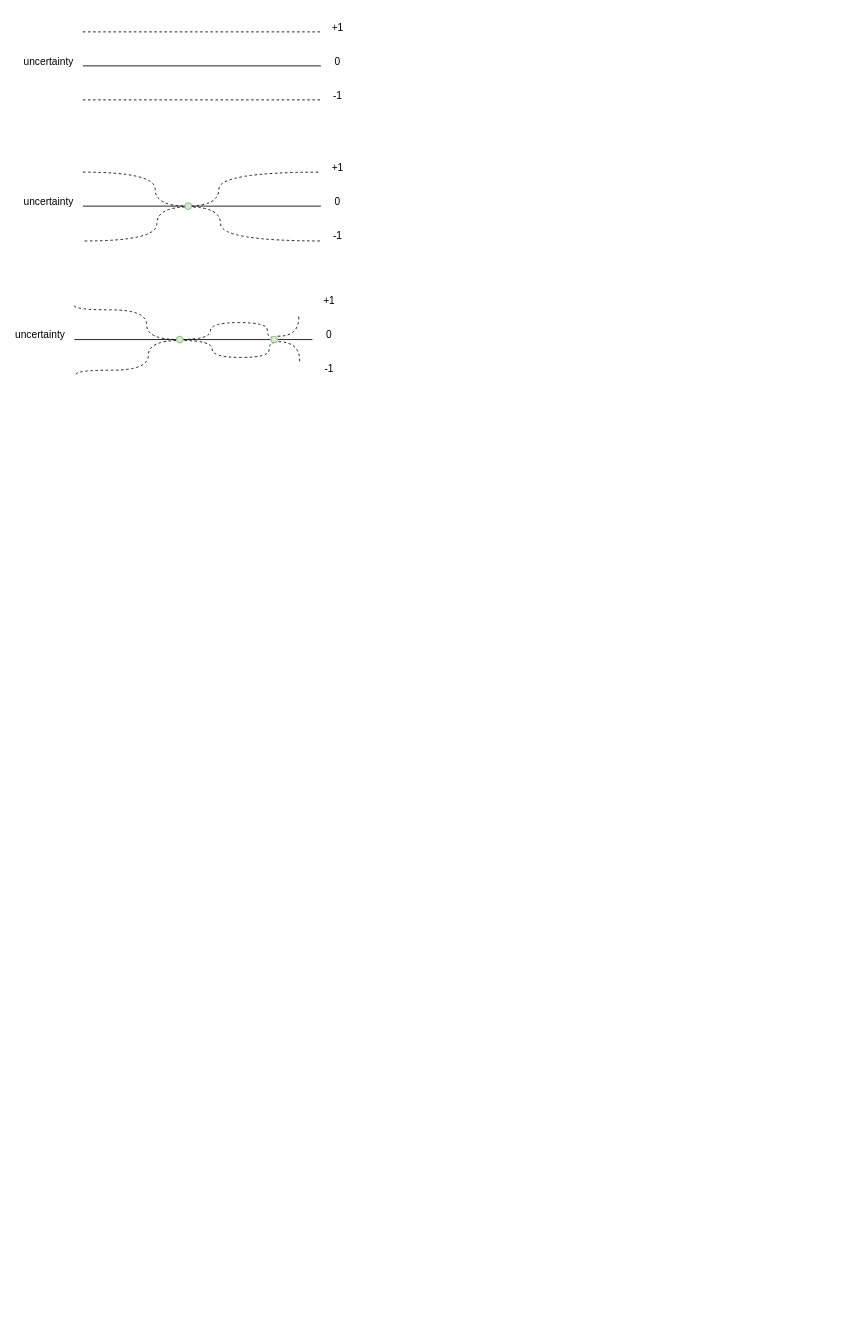
This is data_generate.drawio from nighood/Diagrams, a draw.io file, before an edit. Source tidied: cells renumbered, new cells numbered last; positions are measured from the earlier drawing's top-left corner, leaving out a move shared by most shapes. Both pictures are drawn from the tidied source at 85%, with x=0, y=0 at pixel (14, 14).
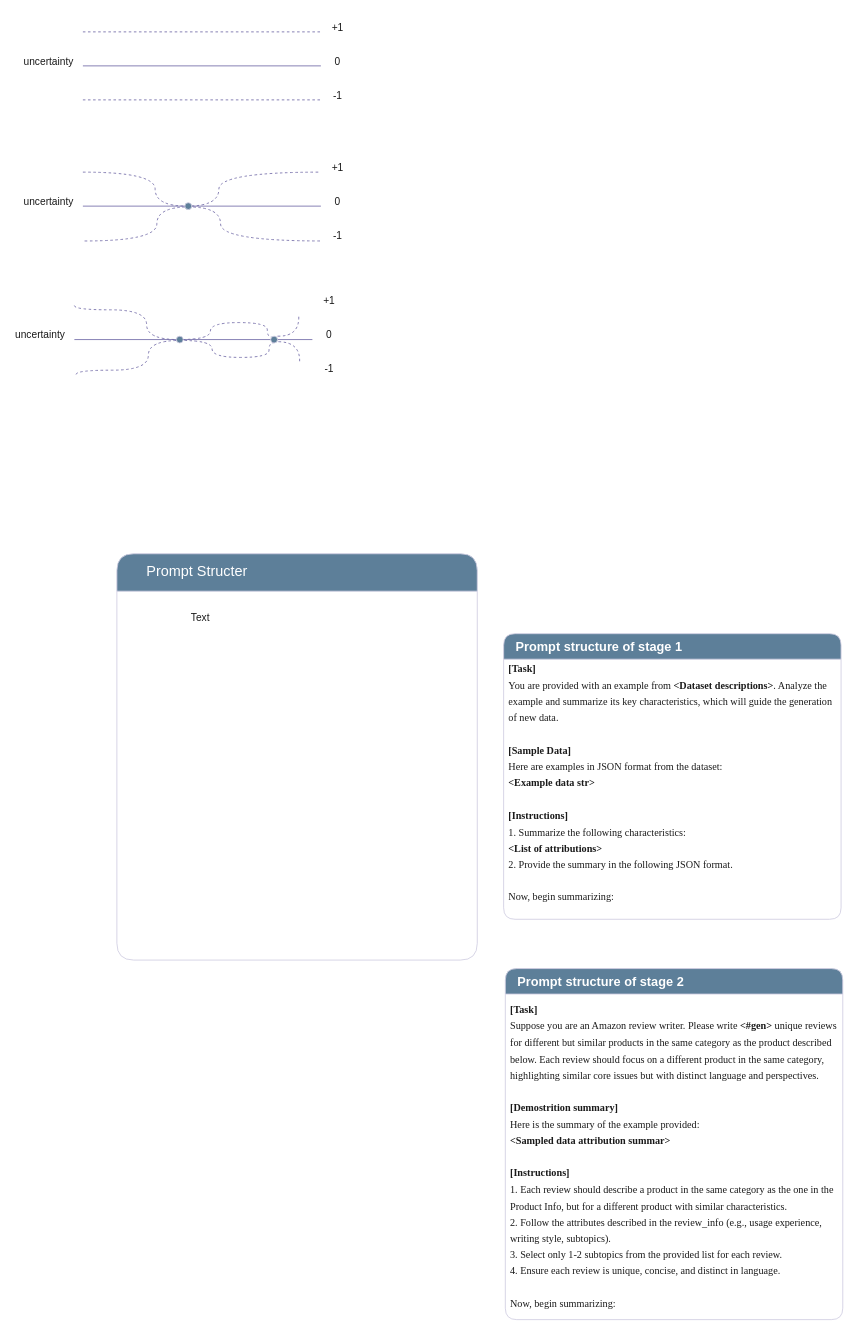
After the change.

Diff of the diagram source:
```diff
@@
-    <mxCell id="2" style="endArrow=none;html=1;rounded=0;" parent="1" edge="1">
+    <mxCell id="2" style="endArrow=none;html=1;rounded=0;labelBackgroundColor=none;strokeColor=#736CA8;fontColor=default;" parent="1" edge="1">
       <mxGeometry relative="1" as="geometry">
         <mxPoint x="80" y="60" as="sourcePoint" />
         <mxPoint x="360" y="60" as="targetPoint" />
       </mxGeometry>
     </mxCell>
-    <mxCell id="3" style="endArrow=none;dashed=1;html=1;rounded=0;" parent="1" edge="1">
+    <mxCell id="3" style="endArrow=none;dashed=1;html=1;rounded=0;labelBackgroundColor=none;strokeColor=#736CA8;fontColor=default;" parent="1" edge="1">
       <mxGeometry relative="1" as="geometry">
         <mxPoint x="80" y="20" as="sourcePoint" />
         <mxPoint x="360" y="20" as="targetPoint" />
       </mxGeometry>
     </mxCell>
-    <mxCell id="4" style="endArrow=none;dashed=1;html=1;rounded=0;" parent="1" edge="1">
+    <mxCell id="4" style="endArrow=none;dashed=1;html=1;rounded=0;labelBackgroundColor=none;strokeColor=#736CA8;fontColor=default;" parent="1" edge="1">
       <mxGeometry relative="1" as="geometry">
         <mxPoint x="80" y="100" as="sourcePoint" />
         <mxPoint x="360" y="100" as="targetPoint" />
       </mxGeometry>
     </mxCell>
-    <mxCell id="5" value="uncertainty" style="text;html=1;align=center;verticalAlign=middle;whiteSpace=wrap;rounded=0;" parent="1" vertex="1">
+    <mxCell id="5" value="uncertainty" style="text;html=1;align=center;verticalAlign=middle;whiteSpace=wrap;rounded=0;labelBackgroundColor=none;fontColor=#1A1A1A;" parent="1" vertex="1">
       <mxGeometry x="10" y="40" width="60" height="30" as="geometry" />
     </mxCell>
-    <mxCell id="6" value="0" style="text;html=1;align=center;verticalAlign=middle;whiteSpace=wrap;rounded=0;" parent="1" vertex="1">
+    <mxCell id="6" value="0" style="text;html=1;align=center;verticalAlign=middle;whiteSpace=wrap;rounded=0;labelBackgroundColor=none;fontColor=#1A1A1A;" parent="1" vertex="1">
       <mxGeometry x="350" y="40" width="60" height="30" as="geometry" />
     </mxCell>
-    <mxCell id="7" value="+1" style="text;html=1;align=center;verticalAlign=middle;whiteSpace=wrap;rounded=0;" parent="1" vertex="1">
+    <mxCell id="7" value="+1" style="text;html=1;align=center;verticalAlign=middle;whiteSpace=wrap;rounded=0;labelBackgroundColor=none;fontColor=#1A1A1A;" parent="1" vertex="1">
       <mxGeometry x="350" width="60" height="30" as="geometry" />
     </mxCell>
-    <mxCell id="8" value="-1" style="text;html=1;align=center;verticalAlign=middle;whiteSpace=wrap;rounded=0;" parent="1" vertex="1">
+    <mxCell id="8" value="-1" style="text;html=1;align=center;verticalAlign=middle;whiteSpace=wrap;rounded=0;labelBackgroundColor=none;fontColor=#1A1A1A;" parent="1" vertex="1">
       <mxGeometry x="350" y="80" width="60" height="30" as="geometry" />
     </mxCell>
-    <mxCell id="9" style="endArrow=none;html=1;rounded=0;" parent="1" edge="1">
+    <mxCell id="9" style="endArrow=none;html=1;rounded=0;labelBackgroundColor=none;strokeColor=#736CA8;fontColor=default;" parent="1" edge="1">
       <mxGeometry relative="1" as="geometry">
         <mxPoint x="80" y="225" as="sourcePoint" />
         <mxPoint x="360" y="225" as="targetPoint" />
       </mxGeometry>
     </mxCell>
-    <mxCell id="10" style="endArrow=none;dashed=1;html=1;rounded=0;edgeStyle=orthogonalEdgeStyle;curved=1;" parent="1" edge="1">
+    <mxCell id="10" style="endArrow=none;dashed=1;html=1;rounded=0;edgeStyle=orthogonalEdgeStyle;curved=1;labelBackgroundColor=none;strokeColor=#736CA8;fontColor=default;" parent="1" edge="1">
       <mxGeometry relative="1" as="geometry">
         <mxPoint x="80" y="185" as="sourcePoint" />
         <mxPoint x="360" y="185" as="targetPoint" />
         <Array as="points">
           <mxPoint x="165" y="185" />
           <mxPoint x="165" y="225" />
           <mxPoint x="240" y="225" />
           <mxPoint x="240" y="185" />
         </Array>
       </mxGeometry>
     </mxCell>
-    <mxCell id="11" value="uncertainty" style="text;html=1;align=center;verticalAlign=middle;whiteSpace=wrap;rounded=0;" parent="1" vertex="1">
+    <mxCell id="11" value="uncertainty" style="text;html=1;align=center;verticalAlign=middle;whiteSpace=wrap;rounded=0;labelBackgroundColor=none;fontColor=#1A1A1A;" parent="1" vertex="1">
       <mxGeometry x="10" y="205" width="60" height="30" as="geometry" />
     </mxCell>
-    <mxCell id="12" value="0" style="text;html=1;align=center;verticalAlign=middle;whiteSpace=wrap;rounded=0;" parent="1" vertex="1">
+    <mxCell id="12" value="0" style="text;html=1;align=center;verticalAlign=middle;whiteSpace=wrap;rounded=0;labelBackgroundColor=none;fontColor=#1A1A1A;" parent="1" vertex="1">
       <mxGeometry x="350" y="205" width="60" height="30" as="geometry" />
     </mxCell>
-    <mxCell id="13" value="+1" style="text;html=1;align=center;verticalAlign=middle;whiteSpace=wrap;rounded=0;" parent="1" vertex="1">
+    <mxCell id="13" value="+1" style="text;html=1;align=center;verticalAlign=middle;whiteSpace=wrap;rounded=0;labelBackgroundColor=none;fontColor=#1A1A1A;" parent="1" vertex="1">
       <mxGeometry x="350" y="165" width="60" height="30" as="geometry" />
     </mxCell>
-    <mxCell id="14" value="-1" style="text;html=1;align=center;verticalAlign=middle;whiteSpace=wrap;rounded=0;" parent="1" vertex="1">
+    <mxCell id="14" value="-1" style="text;html=1;align=center;verticalAlign=middle;whiteSpace=wrap;rounded=0;labelBackgroundColor=none;fontColor=#1A1A1A;" parent="1" vertex="1">
       <mxGeometry x="350" y="245" width="60" height="30" as="geometry" />
     </mxCell>
-    <mxCell id="15" style="endArrow=none;dashed=1;html=1;rounded=0;edgeStyle=orthogonalEdgeStyle;curved=1;" parent="1" edge="1">
+    <mxCell id="15" style="endArrow=none;dashed=1;html=1;rounded=0;edgeStyle=orthogonalEdgeStyle;curved=1;labelBackgroundColor=none;strokeColor=#736CA8;fontColor=default;" parent="1" edge="1">
       <mxGeometry relative="1" as="geometry">
         <mxPoint x="82" y="266" as="sourcePoint" />
         <mxPoint x="362" y="266" as="targetPoint" />
         <Array as="points">
           <mxPoint x="167" y="266" />
           <mxPoint x="167" y="226" />
           <mxPoint x="242" y="226" />
           <mxPoint x="242" y="266" />
         </Array>
       </mxGeometry>
     </mxCell>
-    <mxCell id="16" style="ellipse;whiteSpace=wrap;html=1;fillColor=#d5e8d4;strokeColor=#82b366;" parent="1" vertex="1">
+    <mxCell id="16" style="ellipse;whiteSpace=wrap;html=1;fillColor=#5D7F99;strokeColor=#D0CEE2;labelBackgroundColor=none;fontColor=#1A1A1A;" parent="1" vertex="1">
       <mxGeometry x="200" y="221" width="8" height="8" as="geometry" />
     </mxCell>
-    <mxCell id="17" style="endArrow=none;html=1;rounded=0;" parent="1" edge="1" source="24">
+    <mxCell id="17" style="endArrow=none;html=1;rounded=0;labelBackgroundColor=none;strokeColor=#736CA8;fontColor=default;" parent="1" edge="1" source="24">
       <mxGeometry relative="1" as="geometry">
         <mxPoint x="350" y="382" as="targetPoint" />
       </mxGeometry>
     </mxCell>
-    <mxCell id="18" style="endArrow=none;dashed=1;html=1;rounded=0;edgeStyle=orthogonalEdgeStyle;curved=1;entryX=0;entryY=0;entryDx=0;entryDy=0;" parent="1" edge="1" target="24">
+    <mxCell id="18" style="endArrow=none;dashed=1;html=1;rounded=0;edgeStyle=orthogonalEdgeStyle;curved=1;entryX=0;entryY=0;entryDx=0;entryDy=0;labelBackgroundColor=none;strokeColor=#736CA8;fontColor=default;" parent="1" edge="1" target="24">
       <mxGeometry relative="1" as="geometry">
         <mxPoint x="70" y="342" as="sourcePoint" />
         <Array as="points">
           <mxPoint x="70" y="347" />
           <mxPoint x="155" y="347" />
           <mxPoint x="155" y="382" />
           <mxPoint x="230" y="382" />
           <mxPoint x="230" y="362" />
           <mxPoint x="297" y="362" />
           <mxPoint x="297" y="379" />
         </Array>
       </mxGeometry>
     </mxCell>
-    <mxCell id="19" value="uncertainty" style="text;html=1;align=center;verticalAlign=middle;whiteSpace=wrap;rounded=0;" parent="1" vertex="1">
+    <mxCell id="19" value="uncertainty" style="text;html=1;align=center;verticalAlign=middle;whiteSpace=wrap;rounded=0;labelBackgroundColor=none;fontColor=#1A1A1A;" parent="1" vertex="1">
       <mxGeometry y="362" width="60" height="30" as="geometry" />
     </mxCell>
-    <mxCell id="20" value="0" style="text;html=1;align=center;verticalAlign=middle;whiteSpace=wrap;rounded=0;" parent="1" vertex="1">
+    <mxCell id="20" value="0" style="text;html=1;align=center;verticalAlign=middle;whiteSpace=wrap;rounded=0;labelBackgroundColor=none;fontColor=#1A1A1A;" parent="1" vertex="1">
       <mxGeometry x="340" y="362" width="60" height="30" as="geometry" />
     </mxCell>
-    <mxCell id="21" value="+1" style="text;html=1;align=center;verticalAlign=middle;whiteSpace=wrap;rounded=0;" parent="1" vertex="1">
+    <mxCell id="21" value="+1" style="text;html=1;align=center;verticalAlign=middle;whiteSpace=wrap;rounded=0;labelBackgroundColor=none;fontColor=#1A1A1A;" parent="1" vertex="1">
       <mxGeometry x="340" y="322" width="60" height="30" as="geometry" />
     </mxCell>
-    <mxCell id="22" value="-1" style="text;html=1;align=center;verticalAlign=middle;whiteSpace=wrap;rounded=0;" parent="1" vertex="1">
+    <mxCell id="22" value="-1" style="text;html=1;align=center;verticalAlign=middle;whiteSpace=wrap;rounded=0;labelBackgroundColor=none;fontColor=#1A1A1A;" parent="1" vertex="1">
       <mxGeometry x="340" y="402" width="60" height="30" as="geometry" />
     </mxCell>
-    <mxCell id="23" style="endArrow=none;html=1;rounded=0;" parent="1" edge="1" target="24">
+    <mxCell id="23" style="endArrow=none;html=1;rounded=0;labelBackgroundColor=none;strokeColor=#736CA8;fontColor=default;" parent="1" edge="1" target="24">
       <mxGeometry relative="1" as="geometry">
         <mxPoint x="70" y="382" as="sourcePoint" />
       </mxGeometry>
     </mxCell>
-    <mxCell id="24" style="ellipse;whiteSpace=wrap;html=1;fillColor=#d5e8d4;strokeColor=#82b366;" parent="1" vertex="1">
+    <mxCell id="24" style="ellipse;whiteSpace=wrap;html=1;fillColor=#5D7F99;strokeColor=#D0CEE2;labelBackgroundColor=none;fontColor=#1A1A1A;" parent="1" vertex="1">
       <mxGeometry x="301" y="378" width="8" height="8" as="geometry" />
     </mxCell>
-    <mxCell id="25" style="endArrow=none;dashed=1;html=1;rounded=0;edgeStyle=orthogonalEdgeStyle;curved=1;entryX=0;entryY=0;entryDx=0;entryDy=0;" parent="1" edge="1">
+    <mxCell id="25" style="endArrow=none;dashed=1;html=1;rounded=0;edgeStyle=orthogonalEdgeStyle;curved=1;entryX=0;entryY=0;entryDx=0;entryDy=0;labelBackgroundColor=none;strokeColor=#736CA8;fontColor=default;" parent="1" edge="1">
       <mxGeometry relative="1" as="geometry">
         <mxPoint x="72" y="423" as="sourcePoint" />
         <mxPoint x="304" y="386" as="targetPoint" />
         <Array as="points">
           <mxPoint x="72" y="418" />
           <mxPoint x="157" y="418" />
           <mxPoint x="157" y="383" />
           <mxPoint x="232" y="383" />
           <mxPoint x="232" y="403" />
           <mxPoint x="299" y="403" />
           <mxPoint x="299" y="386" />
         </Array>
       </mxGeometry>
     </mxCell>
-    <mxCell id="26" style="endArrow=none;dashed=1;html=1;rounded=0;edgeStyle=orthogonalEdgeStyle;curved=1;" parent="1" edge="1">
+    <mxCell id="26" style="endArrow=none;dashed=1;html=1;rounded=0;edgeStyle=orthogonalEdgeStyle;curved=1;labelBackgroundColor=none;strokeColor=#736CA8;fontColor=default;" parent="1" edge="1">
       <mxGeometry relative="1" as="geometry">
         <mxPoint x="309" y="378" as="sourcePoint" />
         <mxPoint x="334" y="355" as="targetPoint" />
       </mxGeometry>
     </mxCell>
-    <mxCell id="27" style="endArrow=none;dashed=1;html=1;rounded=0;edgeStyle=orthogonalEdgeStyle;curved=1;" parent="1" edge="1">
+    <mxCell id="27" style="endArrow=none;dashed=1;html=1;rounded=0;edgeStyle=orthogonalEdgeStyle;curved=1;labelBackgroundColor=none;strokeColor=#736CA8;fontColor=default;" parent="1" edge="1">
       <mxGeometry relative="1" as="geometry">
         <mxPoint x="310" y="384.5" as="sourcePoint" />
         <mxPoint x="335" y="407.5" as="targetPoint" />
       </mxGeometry>
     </mxCell>
-    <mxCell id="28" style="ellipse;whiteSpace=wrap;html=1;fillColor=#d5e8d4;strokeColor=#82b366;" parent="1" vertex="1">
+    <mxCell id="28" style="ellipse;whiteSpace=wrap;html=1;fillColor=#5D7F99;strokeColor=#D0CEE2;labelBackgroundColor=none;fontColor=#1A1A1A;" parent="1" vertex="1">
       <mxGeometry x="190" y="378" width="8" height="8" as="geometry" />
     </mxCell>
+    <mxCell id="29" value="&lt;font face=&quot;Helvetica&quot; color=&quot;#ffffff&quot; style=&quot;font-weight: normal; font-size: 17px;&quot;&gt;&amp;nbsp; &amp;nbsp; &amp;nbsp; &amp;nbsp;Prompt Structer&lt;/font&gt;" style="swimlane;whiteSpace=wrap;html=1;rounded=1;startSize=44;align=left;fillColor=#5D7F99;strokeColor=#D0CEE2;labelBackgroundColor=none;fontColor=#1A1A1A;" parent="1" vertex="1">
+      <mxGeometry x="120" y="634" width="424" height="478" as="geometry" />
+    </mxCell>
+    <mxCell id="30" value="Text" style="text;html=1;align=center;verticalAlign=middle;strokeColor=none;fillColor=none;labelBackgroundColor=none;fontColor=#1A1A1A;" parent="1" vertex="1">
+      <mxGeometry x="198" y="696" width="40" height="26" as="geometry" />
+    </mxCell>
+    <mxCell id="31" value="&lt;span style=&quot;color: rgb(255, 255, 255);&quot;&gt;&lt;font style=&quot;font-size: 15px;&quot;&gt;&lt;b&gt;&amp;nbsp; &amp;nbsp;Prompt structure of stage 1&lt;/b&gt;&lt;/font&gt;&lt;/span&gt;" style="swimlane;fontStyle=0;horizontal=1;startSize=30;whiteSpace=wrap;html=1;rounded=1;fillColor=#5D7F99;strokeColor=#D0CEE2;labelBackgroundColor=none;fontColor=#1A1A1A;align=left;" parent="1" vertex="1">
+      <mxGeometry x="575" y="728" width="397" height="336" as="geometry" />
+    </mxCell>
+    <mxCell id="32" value="&lt;b style=&quot;line-height: 160%;&quot;&gt;&lt;font face=&quot;Times New Roman&quot;&gt;[Task]&lt;/font&gt;&lt;/b&gt;&lt;div style=&quot;line-height: 160%;&quot;&gt;&lt;font face=&quot;Times New Roman&quot;&gt;You are provided with an example from &lt;b&gt;&amp;lt;Dataset descriptions&amp;gt;&lt;/b&gt;. Analyze the example and summarize its key characteristics, which will guide the generation of new data.&lt;br&gt;&lt;/font&gt;&lt;/div&gt;&lt;div style=&quot;line-height: 160%;&quot;&gt;&lt;font face=&quot;Times New Roman&quot;&gt;&lt;br&gt;&lt;/font&gt;&lt;/div&gt;&lt;div style=&quot;line-height: 160%;&quot;&gt;&lt;b&gt;&lt;font face=&quot;Times New Roman&quot;&gt;[&lt;/font&gt;&lt;span style=&quot;background-color: initial;&quot;&gt;&lt;font face=&quot;Times New Roman&quot;&gt;Sample Data&lt;/font&gt;&lt;/span&gt;&lt;span style=&quot;font-family: &amp;quot;Times New Roman&amp;quot;; background-color: initial;&quot;&gt;]&lt;/span&gt;&lt;/b&gt;&lt;/div&gt;&lt;div style=&quot;line-height: 160%;&quot;&gt;&lt;span style=&quot;background-color: initial;&quot;&gt;&lt;font face=&quot;Times New Roman&quot;&gt;Here are examples in JSON format from the dataset:&lt;/font&gt;&lt;br&gt;&lt;/span&gt;&lt;/div&gt;&lt;div style=&quot;line-height: 160%;&quot;&gt;&lt;span style=&quot;font-family: &amp;quot;Times New Roman&amp;quot;; background-color: initial;&quot;&gt;&lt;b&gt;&amp;lt;Example data str&amp;gt;&lt;/b&gt;&lt;/span&gt;&lt;/div&gt;&lt;div style=&quot;line-height: 160%;&quot;&gt;&lt;span style=&quot;font-family: &amp;quot;Times New Roman&amp;quot;; background-color: initial;&quot;&gt;&lt;b&gt;&lt;br&gt;&lt;/b&gt;&lt;/span&gt;&lt;/div&gt;&lt;div style=&quot;line-height: 160%;&quot;&gt;&lt;b&gt;&lt;font face=&quot;Times New Roman&quot;&gt;[Instructions]&lt;/font&gt;&lt;/b&gt;&lt;span style=&quot;font-family: &amp;quot;Times New Roman&amp;quot;; background-color: initial;&quot;&gt;&lt;br&gt;&lt;/span&gt;&lt;/div&gt;&lt;div style=&quot;line-height: 160%;&quot;&gt;&lt;font face=&quot;Times New Roman&quot;&gt;&lt;div&gt;1. Summarize the following characteristics:&lt;/div&gt;&lt;div&gt;&lt;b&gt;&amp;lt;List of attributions&amp;gt;&lt;/b&gt;&lt;/div&gt;&lt;div&gt;2. Provide the summary in the following JSON format.&lt;/div&gt;&lt;div style=&quot;&quot;&gt;&lt;br&gt;&lt;/div&gt;&lt;div&gt;Now, begin summarizing:&lt;/div&gt;&lt;/font&gt;&lt;/div&gt;&lt;div&gt;&lt;b&gt;&lt;br&gt;&lt;/b&gt;&lt;/div&gt;" style="text;strokeColor=none;fillColor=none;align=left;verticalAlign=middle;spacingLeft=4;spacingRight=4;overflow=hidden;whiteSpace=wrap;html=1;labelBackgroundColor=none;fontColor=#1A1A1A;" parent="31" vertex="1">
+      <mxGeometry y="30" width="397" height="306" as="geometry" />
+    </mxCell>
+    <mxCell id="33" value="&lt;span style=&quot;color: rgb(255, 255, 255);&quot;&gt;&lt;font style=&quot;font-size: 15px;&quot;&gt;&lt;b&gt;&amp;nbsp; &amp;nbsp;Prompt structure of stage 2&lt;/b&gt;&lt;/font&gt;&lt;/span&gt;" style="swimlane;fontStyle=0;horizontal=1;startSize=30;whiteSpace=wrap;html=1;rounded=1;fillColor=#5D7F99;strokeColor=#D0CEE2;labelBackgroundColor=none;fontColor=#1A1A1A;align=left;" parent="1" vertex="1">
+      <mxGeometry x="577" y="1122" width="397" height="413" as="geometry" />
+    </mxCell>
+    <mxCell id="34" value="&lt;b style=&quot;line-height: 160%;&quot;&gt;&lt;font face=&quot;Times New Roman&quot;&gt;[Task]&lt;/font&gt;&lt;/b&gt;&lt;div style=&quot;line-height: 160%;&quot;&gt;&lt;font face=&quot;Times New Roman&quot;&gt;Suppose you are an Amazon review writer. Please write &lt;b&gt;&amp;lt;#gen&amp;gt;&lt;/b&gt; unique reviews for different but similar products in the same category as the product described below. Each review should focus on a different product in the same category, highlighting similar core issues but with distinct language and perspectives.&lt;br&gt;&lt;/font&gt;&lt;/div&gt;&lt;div style=&quot;line-height: 160%;&quot;&gt;&lt;font face=&quot;Times New Roman&quot;&gt;&lt;br&gt;&lt;/font&gt;&lt;/div&gt;&lt;div style=&quot;line-height: 160%;&quot;&gt;&lt;b&gt;&lt;font face=&quot;Times New Roman&quot;&gt;[Demostrition summary&lt;/font&gt;&lt;span style=&quot;font-family: &amp;quot;Times New Roman&amp;quot;; background-color: initial;&quot;&gt;]&lt;/span&gt;&lt;/b&gt;&lt;/div&gt;&lt;div style=&quot;line-height: 160%;&quot;&gt;&lt;span style=&quot;background-color: initial;&quot;&gt;&lt;font face=&quot;Times New Roman&quot;&gt;Here is the summary of the example provided:&lt;/font&gt;&lt;/span&gt;&lt;span style=&quot;background-color: initial;&quot;&gt;&lt;br&gt;&lt;/span&gt;&lt;/div&gt;&lt;div style=&quot;line-height: 160%;&quot;&gt;&lt;span style=&quot;font-family: &amp;quot;Times New Roman&amp;quot;; background-color: initial;&quot;&gt;&lt;b&gt;&amp;lt;&lt;/b&gt;&lt;/span&gt;&lt;b style=&quot;background-color: initial;&quot;&gt;&lt;font face=&quot;Times New Roman&quot;&gt;Sampled data attribution summar&lt;/font&gt;&lt;/b&gt;&lt;b style=&quot;background-color: initial; font-family: &amp;quot;Times New Roman&amp;quot;;&quot;&gt;&amp;gt;&lt;/b&gt;&lt;/div&gt;&lt;div style=&quot;line-height: 160%;&quot;&gt;&lt;span style=&quot;font-family: &amp;quot;Times New Roman&amp;quot;; background-color: initial;&quot;&gt;&lt;b&gt;&lt;br&gt;&lt;/b&gt;&lt;/span&gt;&lt;/div&gt;&lt;div style=&quot;line-height: 160%;&quot;&gt;&lt;b&gt;&lt;font face=&quot;Times New Roman&quot;&gt;[Instructions]&lt;/font&gt;&lt;/b&gt;&lt;span style=&quot;font-family: &amp;quot;Times New Roman&amp;quot;; background-color: initial;&quot;&gt;&lt;br&gt;&lt;/span&gt;&lt;/div&gt;&lt;div style=&quot;line-height: 160%;&quot;&gt;&lt;font face=&quot;Times New Roman&quot;&gt;&lt;div&gt;&lt;span style=&quot;background-color: initial;&quot;&gt;1. Each review should describe a product in the same category as the one in the Product Info, but for a different product with similar characteristics.&lt;/span&gt;&lt;/div&gt;&lt;div&gt;2. Follow the attributes described in the review_info (e.g., usage experience, writing style, subtopics).&lt;/div&gt;&lt;div&gt;3. Select only 1-2 subtopics from the provided list for each review.&lt;/div&gt;&lt;div&gt;4. Ensure each review is unique, concise, and distinct in language.&lt;/div&gt;&lt;div style=&quot;&quot;&gt;&lt;br&gt;&lt;/div&gt;&lt;div&gt;Now, begin summarizing:&lt;/div&gt;&lt;/font&gt;&lt;/div&gt;" style="text;strokeColor=none;fillColor=none;align=left;verticalAlign=middle;spacingLeft=4;spacingRight=4;overflow=hidden;whiteSpace=wrap;html=1;labelBackgroundColor=none;fontColor=#1A1A1A;" parent="33" vertex="1">
+      <mxGeometry y="30" width="397" height="383" as="geometry" />
+    </mxCell>
```
